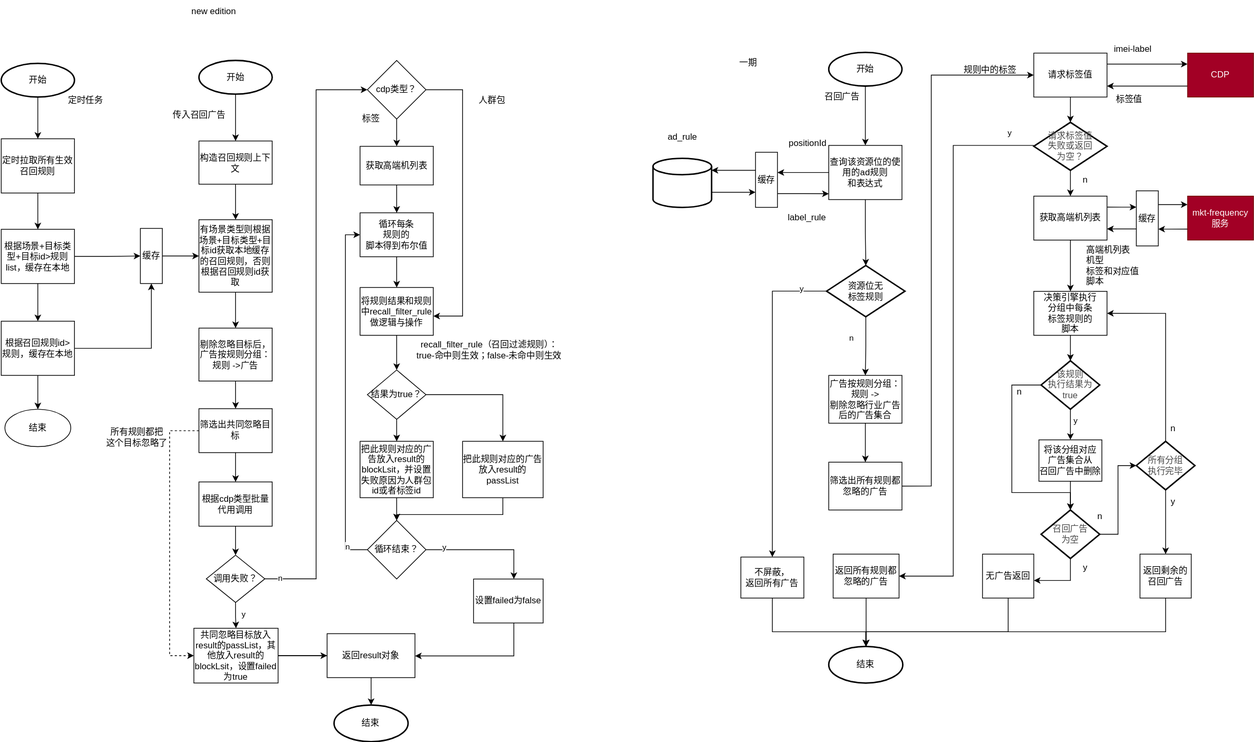
Above: 标签频控.svg in WorryFreeCafe/diagram (draw.io), before the change. Source tidied: cells renumbered, new cells last; positions are measured from the earlier drawing's top-left corner, leaving out a move shared by most shapes.
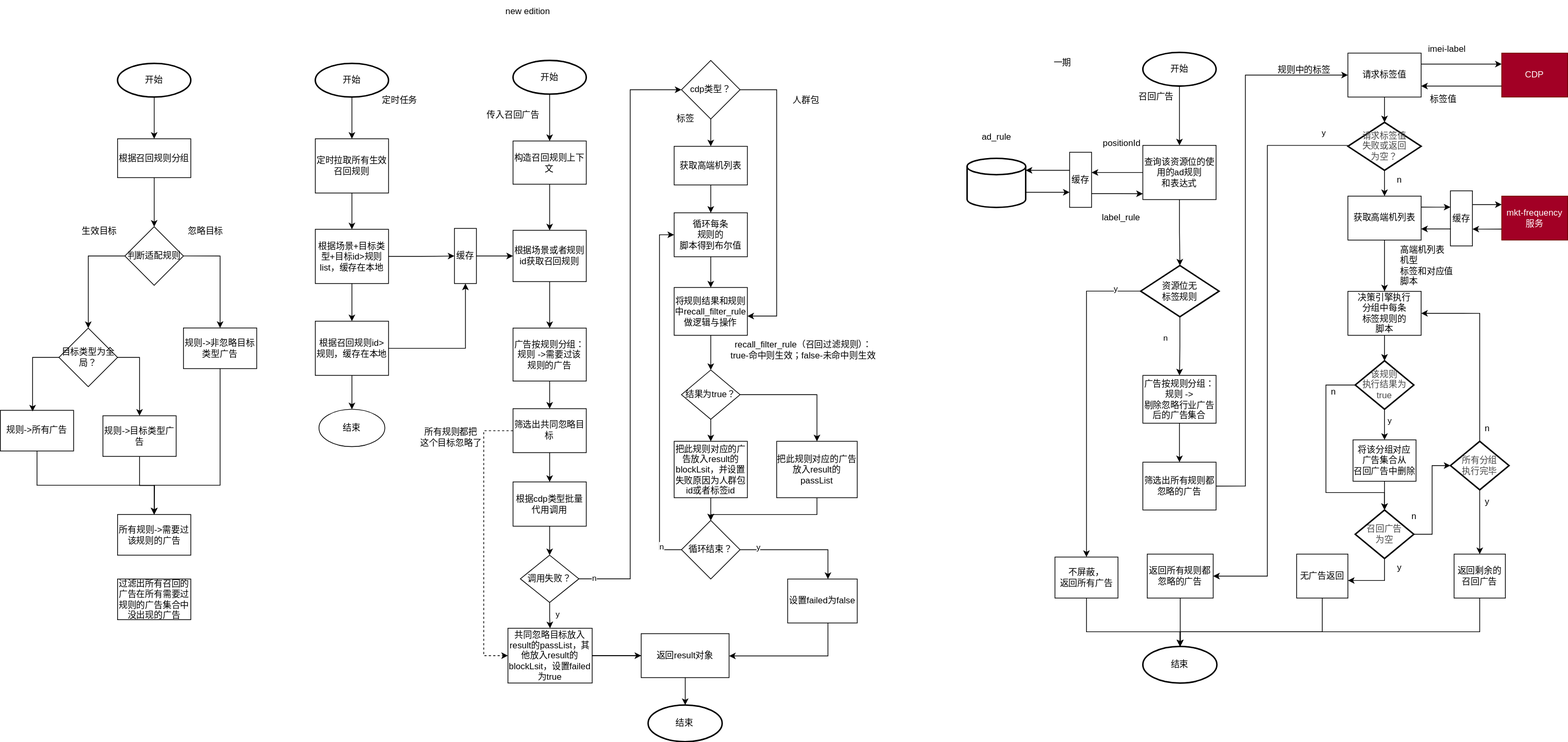
The same diagram one commit later.

Commit message:
更新标签频控.svg

The edit, as a diff of the source:
```diff
@@ -315,8 +315,8 @@
     <mxCell id="80" style="edgeStyle=orthogonalEdgeStyle;rounded=0;jettySize=auto;html=1;" parent="1" edge="1" source="81" target="92">
       <mxGeometry relative="1" as="geometry" />
     </mxCell>
-    <mxCell id="81" value="有场景类型则根据场景+目标类型+目标id获取本地缓存的召回规则，否则根据召回规则id获取" style="rounded=0;whiteSpace=wrap;html=1;" parent="1" vertex="1">
-      <mxGeometry x="270" y="299.4" width="100" height="99" as="geometry" />
+    <mxCell id="81" value="根据场景或者规则id获取召回规则" style="rounded=0;whiteSpace=wrap;html=1;" parent="1" vertex="1">
+      <mxGeometry x="270" y="313.9" width="100" height="70" as="geometry" />
     </mxCell>
     <mxCell id="82" style="edgeStyle=orthogonalEdgeStyle;rounded=0;jettySize=auto;html=1;" parent="1" edge="1" source="83" target="88">
       <mxGeometry relative="1" as="geometry" />
@@ -348,7 +348,7 @@
     <mxCell id="91" value="根据召回规则id&amp;gt;规则，缓存在本地" style="rounded=0;whiteSpace=wrap;html=1;" parent="1" vertex="1">
       <mxGeometry y="438" width="100" height="74" as="geometry" />
     </mxCell>
-    <mxCell id="92" value="剔除忽略目标后，&lt;br&gt;广告按规则分组：&lt;br&gt;规则 -&amp;gt;广告" style="rounded=0;whiteSpace=wrap;html=1;" parent="1" vertex="1">
+    <mxCell id="92" value="广告按规则分组：&lt;br&gt;规则 -&amp;gt;需要过该规则的广告" style="rounded=0;whiteSpace=wrap;html=1;" parent="1" vertex="1">
       <mxGeometry x="270" y="447.5" width="100" height="72.3" as="geometry" />
     </mxCell>
     <mxCell id="93" style="edgeStyle=orthogonalEdgeStyle;rounded=0;jettySize=auto;html=1;" parent="1" edge="1" source="94" target="81">
@@ -526,5 +526,77 @@
     <mxCell id="141" value="一期" style="text;html=1;align=center;verticalAlign=middle;strokeColor=none;fillColor=none;" parent="1" vertex="1">
       <mxGeometry x="995" y="70" width="50" height="30" as="geometry" />
     </mxCell>
+    <mxCell id="142" style="edgeStyle=orthogonalEdgeStyle;rounded=0;jettySize=auto;html=1;" parent="1" edge="1" source="143" target="148">
+      <mxGeometry relative="1" as="geometry" />
+    </mxCell>
+    <mxCell id="143" value="根据召回规则分组" style="rounded=0;whiteSpace=wrap;html=1;" parent="1" vertex="1">
+      <mxGeometry x="-270" y="189" width="100" height="53" as="geometry" />
+    </mxCell>
+    <mxCell id="144" style="edgeStyle=orthogonalEdgeStyle;rounded=0;jettySize=auto;html=1;" parent="1" edge="1" source="145" target="143">
+      <mxGeometry relative="1" as="geometry" />
+    </mxCell>
+    <mxCell id="145" value="开始" style="strokeWidth=2;html=1;shape=mxgraph.flowchart.start_1;whiteSpace=wrap;" parent="1" vertex="1">
+      <mxGeometry x="-270" y="86" width="100" height="46" as="geometry" />
+    </mxCell>
+    <mxCell id="146" style="edgeStyle=orthogonalEdgeStyle;rounded=0;jettySize=auto;html=1;entryX=0.5;entryY=0;entryDx=0;entryDy=0;" parent="1" edge="1" source="148" target="150">
+      <mxGeometry relative="1" as="geometry" />
+    </mxCell>
+    <mxCell id="147" style="edgeStyle=orthogonalEdgeStyle;rounded=0;jettySize=auto;html=1;exitX=1;exitY=0.5;exitDx=0;exitDy=0;" parent="1" edge="1" source="148" target="159">
+      <mxGeometry relative="1" as="geometry" />
+    </mxCell>
+    <mxCell id="148" value="判断适配规则" style="rhombus;whiteSpace=wrap;html=1;" parent="1" vertex="1">
+      <mxGeometry x="-260" y="308.9" width="80" height="80" as="geometry" />
+    </mxCell>
+    <mxCell id="149" style="edgeStyle=orthogonalEdgeStyle;rounded=0;jettySize=auto;html=1;exitX=1;exitY=0.5;exitDx=0;exitDy=0;" parent="1" edge="1" source="150" target="155">
+      <mxGeometry relative="1" as="geometry" />
+    </mxCell>
+    <mxCell id="150" value="目标类型为全局？" style="rhombus;whiteSpace=wrap;html=1;" parent="1" vertex="1">
+      <mxGeometry x="-350" y="447.4" width="80" height="80" as="geometry" />
+    </mxCell>
+    <mxCell id="151" style="edgeStyle=orthogonalEdgeStyle;rounded=0;jettySize=auto;html=1;" parent="1" edge="1" source="152" target="160">
+      <mxGeometry relative="1" as="geometry">
+        <Array as="points">
+          <mxPoint x="-380" y="662" />
+          <mxPoint x="-220" y="662" />
+        </Array>
+      </mxGeometry>
+    </mxCell>
+    <mxCell id="152" value="规则-&amp;gt;所有广告" style="rounded=0;whiteSpace=wrap;html=1;" parent="1" vertex="1">
+      <mxGeometry x="-430" y="559.7" width="100" height="55.5" as="geometry" />
+    </mxCell>
+    <mxCell id="153" style="edgeStyle=orthogonalEdgeStyle;rounded=0;jettySize=auto;html=1;entryX=0.44;entryY=0.028;entryDx=0;entryDy=0;entryPerimeter=0;exitX=0;exitY=0.5;exitDx=0;exitDy=0;" parent="1" edge="1" source="150" target="152">
+      <mxGeometry relative="1" as="geometry" />
+    </mxCell>
+    <mxCell id="154" style="edgeStyle=orthogonalEdgeStyle;rounded=0;jettySize=auto;html=1;exitX=0.5;exitY=1;exitDx=0;exitDy=0;" parent="1" edge="1" source="155">
+      <mxGeometry relative="1" as="geometry">
+        <mxPoint x="-220" y="702" as="targetPoint" />
+      </mxGeometry>
+    </mxCell>
+    <mxCell id="155" value="规则-&amp;gt;目标类型广告" style="rounded=0;whiteSpace=wrap;html=1;" parent="1" vertex="1">
+      <mxGeometry x="-290" y="567.1" width="100" height="55.5" as="geometry" />
+    </mxCell>
+    <mxCell id="156" value="忽略目标" style="text;html=1;align=center;verticalAlign=middle;strokeColor=none;fillColor=none;" parent="1" vertex="1">
+      <mxGeometry x="-185" y="300" width="70" height="30" as="geometry" />
+    </mxCell>
+    <mxCell id="157" value="生效&lt;span style=&quot;background-color: initial;&quot;&gt;目标&lt;/span&gt;" style="text;html=1;align=center;verticalAlign=middle;strokeColor=none;fillColor=none;" parent="1" vertex="1">
+      <mxGeometry x="-330" y="300" width="70" height="30" as="geometry" />
+    </mxCell>
+    <mxCell id="158" style="edgeStyle=orthogonalEdgeStyle;rounded=0;jettySize=auto;html=1;exitX=0.5;exitY=1;exitDx=0;exitDy=0;" parent="1" edge="1" source="159" target="160">
+      <mxGeometry relative="1" as="geometry">
+        <Array as="points">
+          <mxPoint x="-130" y="662" />
+          <mxPoint x="-220" y="662" />
+        </Array>
+      </mxGeometry>
+    </mxCell>
+    <mxCell id="159" value="规则-&amp;gt;非忽略目标类型广告" style="rounded=0;whiteSpace=wrap;html=1;" parent="1" vertex="1">
+      <mxGeometry x="-180" y="447.2" width="100" height="55.5" as="geometry" />
+    </mxCell>
+    <mxCell id="160" value="所有规则-&amp;gt;需要过该规则的广告" style="rounded=0;whiteSpace=wrap;html=1;" parent="1" vertex="1">
+      <mxGeometry x="-270" y="702" width="100" height="55.5" as="geometry" />
+    </mxCell>
+    <mxCell id="161" value="过滤出所有召回的广告在所有需要过规则的广告集合中没出现的广告" style="rounded=0;whiteSpace=wrap;html=1;" parent="1" vertex="1">
+      <mxGeometry x="-270" y="790" width="100" height="55.5" as="geometry" />
+    </mxCell>
   </root>
 </mxGraphModel>
```
